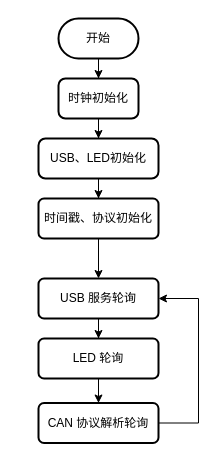
This is page "总体流程图" (2 of 2) of Untitled Diagram.drawio from SummerFalls/DrawIO, a draw.io file, before an edit. Source tidied: cells renumbered, new cells numbered last; positions are measured from the earlier drawing's top-left corner, leaving out a move shared by most shapes. Both pictures are drawn from the tidied source at 100%, with x=0, y=0 at pixel (38, 18).
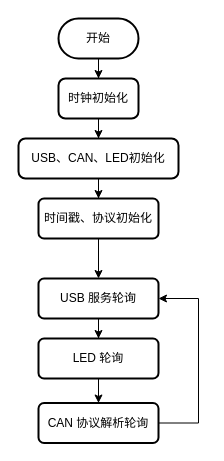
Above is the later version.

Change to the diagram source:
```diff
@@
 <mxGraphModel>
   <root>
     <mxCell id="0" />
     <mxCell id="1" parent="0" />
     <mxCell id="2" style="edgeStyle=orthogonalEdgeStyle;rounded=0;jettySize=auto;html=1;" parent="1" edge="1" source="3" target="5">
       <mxGeometry relative="1" as="geometry" />
     </mxCell>
     <mxCell id="3" value="开始" style="rounded=1;whiteSpace=wrap;html=1;absoluteArcSize=1;arcSize=110;strokeWidth=2;" parent="1" vertex="1">
       <mxGeometry x="20" width="80" height="40" as="geometry" />
     </mxCell>
     <mxCell id="4" style="edgeStyle=orthogonalEdgeStyle;rounded=0;jettySize=auto;html=1;" parent="1" edge="1" source="5" target="7">
       <mxGeometry relative="1" as="geometry" />
     </mxCell>
     <mxCell id="5" value="时钟初始化" style="rounded=1;whiteSpace=wrap;html=1;absoluteArcSize=1;arcSize=14;strokeWidth=2;" parent="1" vertex="1">
       <mxGeometry x="20" y="60" width="80" height="40" as="geometry" />
     </mxCell>
     <mxCell id="6" style="edgeStyle=orthogonalEdgeStyle;rounded=0;jettySize=auto;html=1;" parent="1" edge="1" source="7" target="9">
       <mxGeometry relative="1" as="geometry" />
     </mxCell>
-    <mxCell id="7" value="USB、LED初始化" style="rounded=1;whiteSpace=wrap;html=1;absoluteArcSize=1;arcSize=14;strokeWidth=2;" parent="1" vertex="1">
-      <mxGeometry y="120" width="120" height="40" as="geometry" />
+    <mxCell id="7" value="USB、CAN、LED初始化" style="rounded=1;whiteSpace=wrap;html=1;absoluteArcSize=1;arcSize=14;strokeWidth=2;" parent="1" vertex="1">
+      <mxGeometry x="-20" y="120" width="160" height="40" as="geometry" />
     </mxCell>
     <mxCell id="8" style="edgeStyle=orthogonalEdgeStyle;rounded=0;jettySize=auto;html=1;" parent="1" edge="1" source="9" target="11">
       <mxGeometry relative="1" as="geometry" />
     </mxCell>
     <mxCell id="9" value="时间戳、协议初始化" style="whiteSpace=wrap;html=1;rounded=1;arcSize=14;strokeWidth=2;" parent="1" vertex="1">
       <mxGeometry y="180" width="120" height="40" as="geometry" />
     </mxCell>
     <mxCell id="10" style="edgeStyle=orthogonalEdgeStyle;rounded=0;jettySize=auto;html=1;" parent="1" edge="1" source="11" target="13">
       <mxGeometry relative="1" as="geometry" />
     </mxCell>
     <mxCell id="11" value="USB 服务轮询" style="whiteSpace=wrap;html=1;rounded=1;arcSize=14;strokeWidth=2;" parent="1" vertex="1">
       <mxGeometry y="260" width="120" height="40" as="geometry" />
     </mxCell>
     <mxCell id="12" style="edgeStyle=orthogonalEdgeStyle;rounded=0;jettySize=auto;html=1;" parent="1" edge="1" source="13" target="15">
       <mxGeometry relative="1" as="geometry" />
     </mxCell>
     <mxCell id="13" value="LED 轮询" style="whiteSpace=wrap;html=1;rounded=1;arcSize=14;strokeWidth=2;" parent="1" vertex="1">
       <mxGeometry y="320" width="120" height="40" as="geometry" />
     </mxCell>
     <mxCell id="14" style="edgeStyle=orthogonalEdgeStyle;rounded=0;jettySize=auto;html=1;exitX=1;exitY=0.5;exitDx=0;exitDy=0;entryX=1;entryY=0.5;entryDx=0;entryDy=0;" parent="1" edge="1" source="15" target="11">
       <mxGeometry relative="1" as="geometry">
         <Array as="points">
           <mxPoint x="160" y="405" />
           <mxPoint x="160" y="280" />
         </Array>
       </mxGeometry>
     </mxCell>
     <mxCell id="15" value="CAN 协议解析轮询" style="whiteSpace=wrap;html=1;rounded=1;arcSize=14;strokeWidth=2;" parent="1" vertex="1">
       <mxGeometry y="384.5" width="120" height="40" as="geometry" />
     </mxCell>
   </root>
 </mxGraphModel>
```
